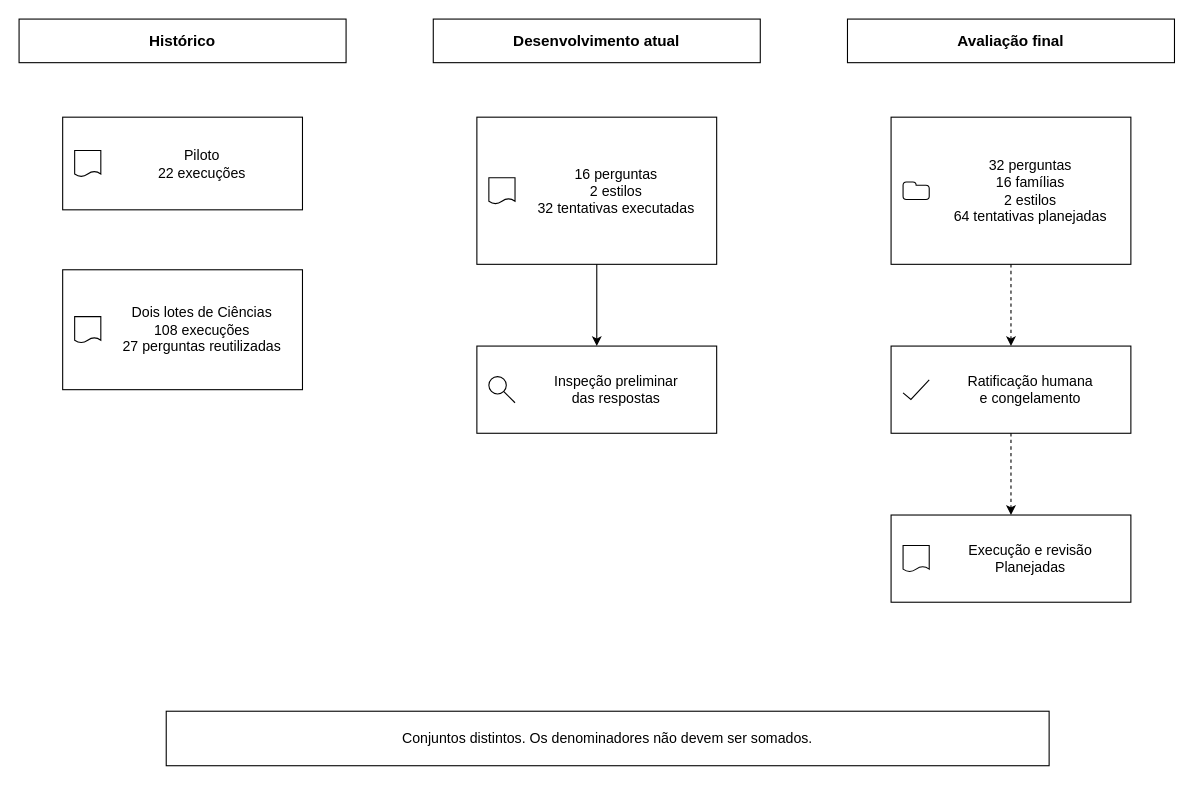
devfellsp/TCC-GUARDRAILS-FOR-CHILDREN- keeps this draw.io diagram as diagramas/drawio/04_Desenho_da_pesquisa.drawio. Above is the earlier version. Source tidied: cells renumbered, new cells numbered last; positions are measured from the earlier drawing's top-left corner, leaving out a move shared by most shapes. Both pictures are drawn from the tidied source at 109%, with x=0, y=0 at pixel (19, 19).
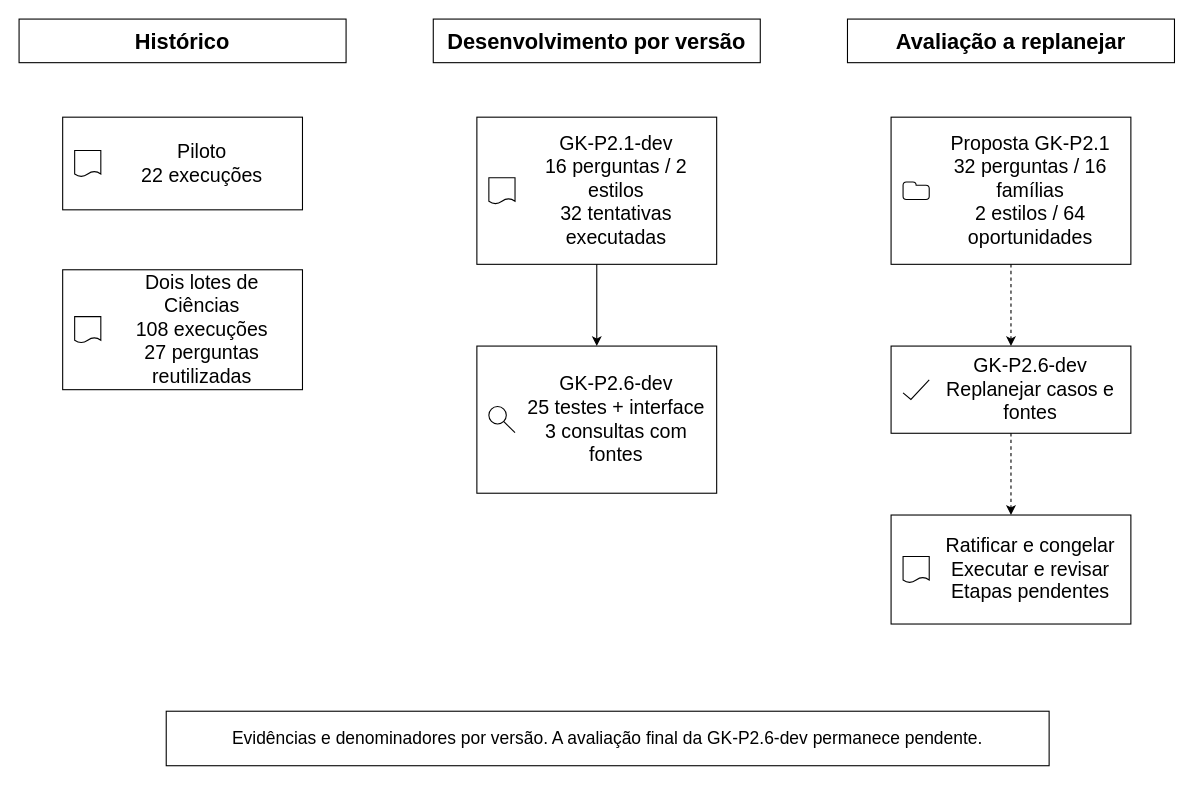
Above is the later version.

What changed in the source:
```diff
@@
-    <mxCell id="2" value="Histórico" style="rounded=0;whiteSpace=wrap;html=1;fontFamily=Arial;fontSize=14;strokeColor=#000000;fillColor=#FFFFFF;shadow=0;strokeWidth=1;fontSize=14;fontStyle=1;" parent="1" vertex="1">
+    <mxCell id="2" value="Histórico" style="rounded=0;whiteSpace=wrap;html=1;fontFamily=Arial;fontSize=20;strokeColor=#000000;fillColor=#FFFFFF;shadow=0;strokeWidth=1;fontSize=20;fontStyle=1;" parent="1" vertex="1">
       <mxGeometry width="300" height="40" as="geometry" />
     </mxCell>
-    <mxCell id="3" value="Desenvolvimento atual" style="rounded=0;whiteSpace=wrap;html=1;fontFamily=Arial;fontSize=14;strokeColor=#000000;fillColor=#FFFFFF;shadow=0;strokeWidth=1;fontSize=14;fontStyle=1;" parent="1" vertex="1">
+    <mxCell id="3" value="Desenvolvimento por versão" style="rounded=0;whiteSpace=wrap;html=1;fontFamily=Arial;fontSize=20;strokeColor=#000000;fillColor=#FFFFFF;shadow=0;strokeWidth=1;fontSize=20;fontStyle=1;" parent="1" vertex="1">
       <mxGeometry x="380" width="300" height="40" as="geometry" />
     </mxCell>
-    <mxCell id="4" value="Avaliação final" style="rounded=0;whiteSpace=wrap;html=1;fontFamily=Arial;fontSize=14;strokeColor=#000000;fillColor=#FFFFFF;shadow=0;strokeWidth=1;fontSize=14;fontStyle=1;" parent="1" vertex="1">
+    <mxCell id="4" value="Avaliação a replanejar" style="rounded=0;whiteSpace=wrap;html=1;fontFamily=Arial;fontSize=20;strokeColor=#000000;fillColor=#FFFFFF;shadow=0;strokeWidth=1;fontSize=20;fontStyle=1;" parent="1" vertex="1">
       <mxGeometry x="760" width="300" height="40" as="geometry" />
     </mxCell>
-    <mxCell id="5" value="Piloto&lt;br&gt;22 execuções" style="rounded=0;whiteSpace=wrap;html=1;fontFamily=Arial;fontSize=14;strokeColor=#000000;fillColor=#FFFFFF;shadow=0;strokeWidth=1;fontSize=13;fontStyle=0;spacingLeft=44;spacingRight=8;" parent="1" vertex="1">
+    <mxCell id="5" value="Piloto&lt;br&gt;22 execuções" style="rounded=0;whiteSpace=wrap;html=1;fontFamily=Arial;fontSize=18;strokeColor=#000000;fillColor=#FFFFFF;shadow=0;strokeWidth=1;fontSize=18;fontStyle=0;spacingLeft=44;spacingRight=8;" parent="1" vertex="1">
       <mxGeometry x="40" y="90" width="220" height="85" as="geometry" />
     </mxCell>
-    <mxCell id="6" value="Dois lotes de Ciências&lt;br&gt;108 execuções&lt;br&gt;27 perguntas reutilizadas" style="rounded=0;whiteSpace=wrap;html=1;fontFamily=Arial;fontSize=14;strokeColor=#000000;fillColor=#FFFFFF;shadow=0;strokeWidth=1;fontSize=13;fontStyle=0;spacingLeft=44;spacingRight=8;" parent="1" vertex="1">
+    <mxCell id="6" value="Dois lotes de Ciências&lt;br&gt;108 execuções&lt;br&gt;27 perguntas reutilizadas" style="rounded=0;whiteSpace=wrap;html=1;fontFamily=Arial;fontSize=18;strokeColor=#000000;fillColor=#FFFFFF;shadow=0;strokeWidth=1;fontSize=18;fontStyle=0;spacingLeft=44;spacingRight=8;" parent="1" vertex="1">
       <mxGeometry x="40" y="230" width="220" height="110" as="geometry" />
     </mxCell>
-    <mxCell id="7" value="16 perguntas&lt;br&gt;2 estilos&lt;br&gt;32 tentativas executadas" style="rounded=0;whiteSpace=wrap;html=1;fontFamily=Arial;fontSize=14;strokeColor=#000000;fillColor=#FFFFFF;shadow=0;strokeWidth=1;fontSize=13;fontStyle=0;spacingLeft=44;spacingRight=8;" parent="1" vertex="1">
+    <mxCell id="7" value="GK-P2.1-dev&lt;br&gt;16 perguntas / 2 estilos&lt;br&gt;32 tentativas executadas" style="rounded=0;whiteSpace=wrap;html=1;fontFamily=Arial;fontSize=18;strokeColor=#000000;fillColor=#FFFFFF;shadow=0;strokeWidth=1;fontSize=18;fontStyle=0;spacingLeft=44;spacingRight=8;" parent="1" vertex="1">
       <mxGeometry x="420" y="90" width="220" height="135" as="geometry" />
     </mxCell>
-    <mxCell id="8" value="Inspeção preliminar&lt;br&gt;das respostas" style="rounded=0;whiteSpace=wrap;html=1;fontFamily=Arial;fontSize=14;strokeColor=#000000;fillColor=#FFFFFF;shadow=0;strokeWidth=1;fontSize=13;fontStyle=0;spacingLeft=44;spacingRight=8;" parent="1" vertex="1">
-      <mxGeometry x="420" y="300" width="220" height="80" as="geometry" />
+    <mxCell id="8" value="GK-P2.6-dev&lt;br&gt;25 testes + interface&lt;br&gt;3 consultas com fontes" style="rounded=0;whiteSpace=wrap;html=1;fontFamily=Arial;fontSize=18;strokeColor=#000000;fillColor=#FFFFFF;shadow=0;strokeWidth=1;fontSize=18;fontStyle=0;spacingLeft=44;spacingRight=8;" parent="1" vertex="1">
+      <mxGeometry x="420" y="300" width="220" height="135" as="geometry" />
     </mxCell>
-    <mxCell id="9" value="32 perguntas&lt;br&gt;16 famílias&lt;br&gt;2 estilos&lt;br&gt;64 tentativas planejadas" style="rounded=0;whiteSpace=wrap;html=1;fontFamily=Arial;fontSize=14;strokeColor=#000000;fillColor=#FFFFFF;shadow=0;strokeWidth=1;fontSize=13;fontStyle=0;spacingLeft=44;spacingRight=8;" parent="1" vertex="1">
+    <mxCell id="9" value="Proposta GK-P2.1&lt;br&gt;32 perguntas / 16 famílias&lt;br&gt;2 estilos / 64 oportunidades" style="rounded=0;whiteSpace=wrap;html=1;fontFamily=Arial;fontSize=18;strokeColor=#000000;fillColor=#FFFFFF;shadow=0;strokeWidth=1;fontSize=18;fontStyle=0;spacingLeft=44;spacingRight=8;" parent="1" vertex="1">
       <mxGeometry x="800" y="90" width="220" height="135" as="geometry" />
     </mxCell>
-    <mxCell id="10" value="Ratificação humana&lt;br&gt;e congelamento" style="rounded=0;whiteSpace=wrap;html=1;fontFamily=Arial;fontSize=14;strokeColor=#000000;fillColor=#FFFFFF;shadow=0;strokeWidth=1;fontSize=13;fontStyle=0;spacingLeft=44;spacingRight=8;" parent="1" vertex="1">
+    <mxCell id="10" value="GK-P2.6-dev&lt;br&gt;Replanejar casos e fontes" style="rounded=0;whiteSpace=wrap;html=1;fontFamily=Arial;fontSize=18;strokeColor=#000000;fillColor=#FFFFFF;shadow=0;strokeWidth=1;fontSize=18;fontStyle=0;spacingLeft=44;spacingRight=8;" parent="1" vertex="1">
       <mxGeometry x="800" y="300" width="220" height="80" as="geometry" />
     </mxCell>
-    <mxCell id="11" value="Execução e revisão&lt;br&gt;Planejadas" style="rounded=0;whiteSpace=wrap;html=1;fontFamily=Arial;fontSize=14;strokeColor=#000000;fillColor=#FFFFFF;shadow=0;strokeWidth=1;fontSize=13;fontStyle=0;spacingLeft=44;spacingRight=8;" parent="1" vertex="1">
-      <mxGeometry x="800" y="455" width="220" height="80" as="geometry" />
+    <mxCell id="11" value="Ratificar e congelar&lt;br&gt;Executar e revisar&lt;br&gt;Etapas pendentes" style="rounded=0;whiteSpace=wrap;html=1;fontFamily=Arial;fontSize=18;strokeColor=#000000;fillColor=#FFFFFF;shadow=0;strokeWidth=1;fontSize=18;fontStyle=0;spacingLeft=44;spacingRight=8;" parent="1" vertex="1">
+      <mxGeometry x="800" y="455" width="220" height="100" as="geometry" />
     </mxCell>
-    <mxCell id="12" value="Conjuntos distintos. Os denominadores não devem ser somados." style="rounded=0;whiteSpace=wrap;html=1;fontFamily=Arial;fontSize=14;strokeColor=#000000;fillColor=#FFFFFF;shadow=0;strokeWidth=1;fontSize=13;fontStyle=0;" parent="1" vertex="1">
+    <mxCell id="12" value="Evidências e denominadores por versão. A avaliação final da GK-P2.6-dev permanece pendente." style="rounded=0;whiteSpace=wrap;html=1;fontFamily=Arial;fontSize=16;strokeColor=#000000;fillColor=#FFFFFF;shadow=0;strokeWidth=1;fontSize=16;fontStyle=0;" parent="1" vertex="1">
       <mxGeometry x="135" y="635" width="810" height="50" as="geometry" />
     </mxCell>
@@
     <mxCell id="19" style="shape=mxgraph.gmdl.search;html=1;strokeColor=#000000;fillColor=#FFFFFF;strokeWidth=1;" parent="8" vertex="1">
-      <mxGeometry x="11" y="28" width="24" height="24" as="geometry" />
+      <mxGeometry x="11" y="55.5" width="24" height="24" as="geometry" />
     </mxCell>
@@
     <mxCell id="22" style="shape=document;size=0.2;html=1;strokeColor=#000000;fillColor=#FFFFFF;strokeWidth=1;" parent="11" vertex="1">
-      <mxGeometry x="11" y="28" width="24" height="24" as="geometry" />
+      <mxGeometry x="11" y="38" width="24" height="24" as="geometry" />
     </mxCell>
```
